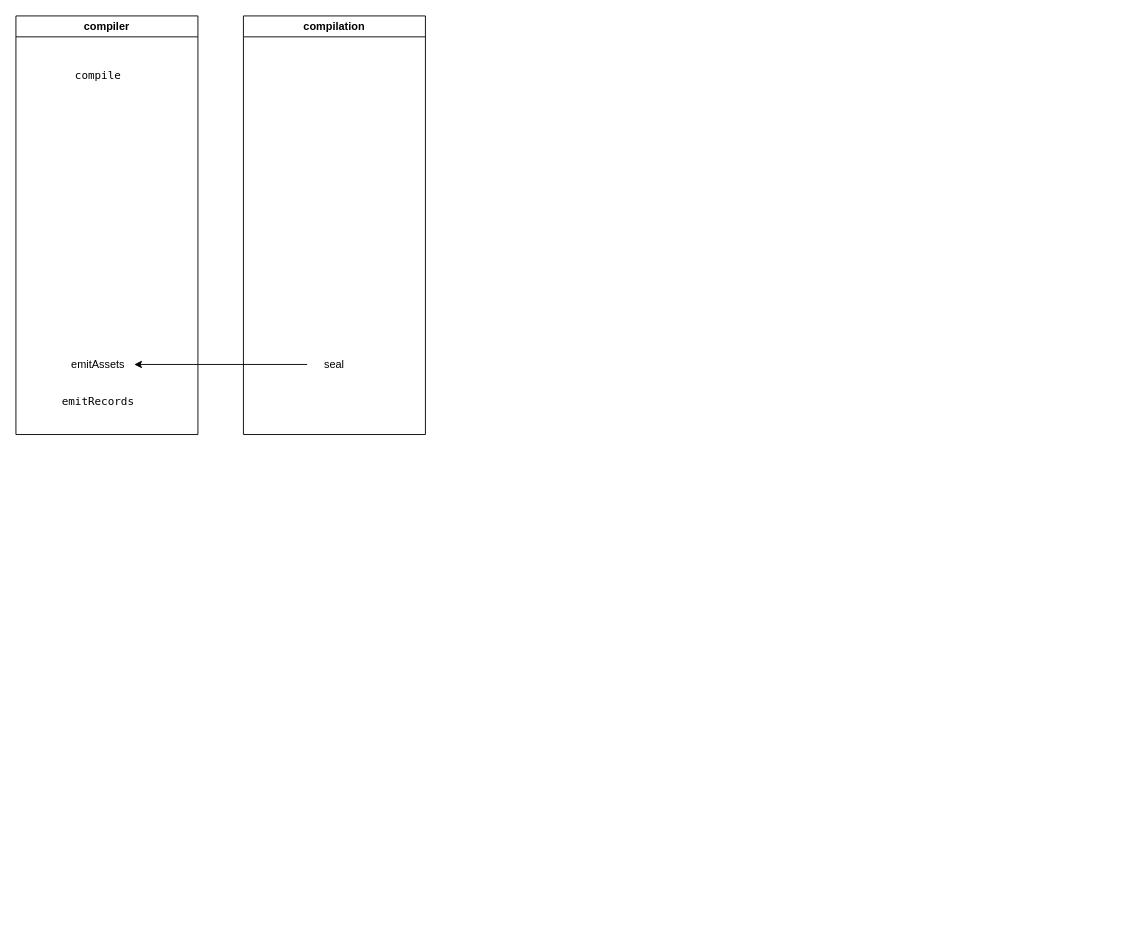
Before: webpack.drawio in ahtimeflies/drawio, a draw.io diagram. Source tidied: cells renumbered, new cells numbered last; positions are measured from the earlier drawing's top-left corner, leaving out a move shared by most shapes. Both pictures are drawn from the tidied source at 91%, with x=0, y=0 at pixel (15, 15).
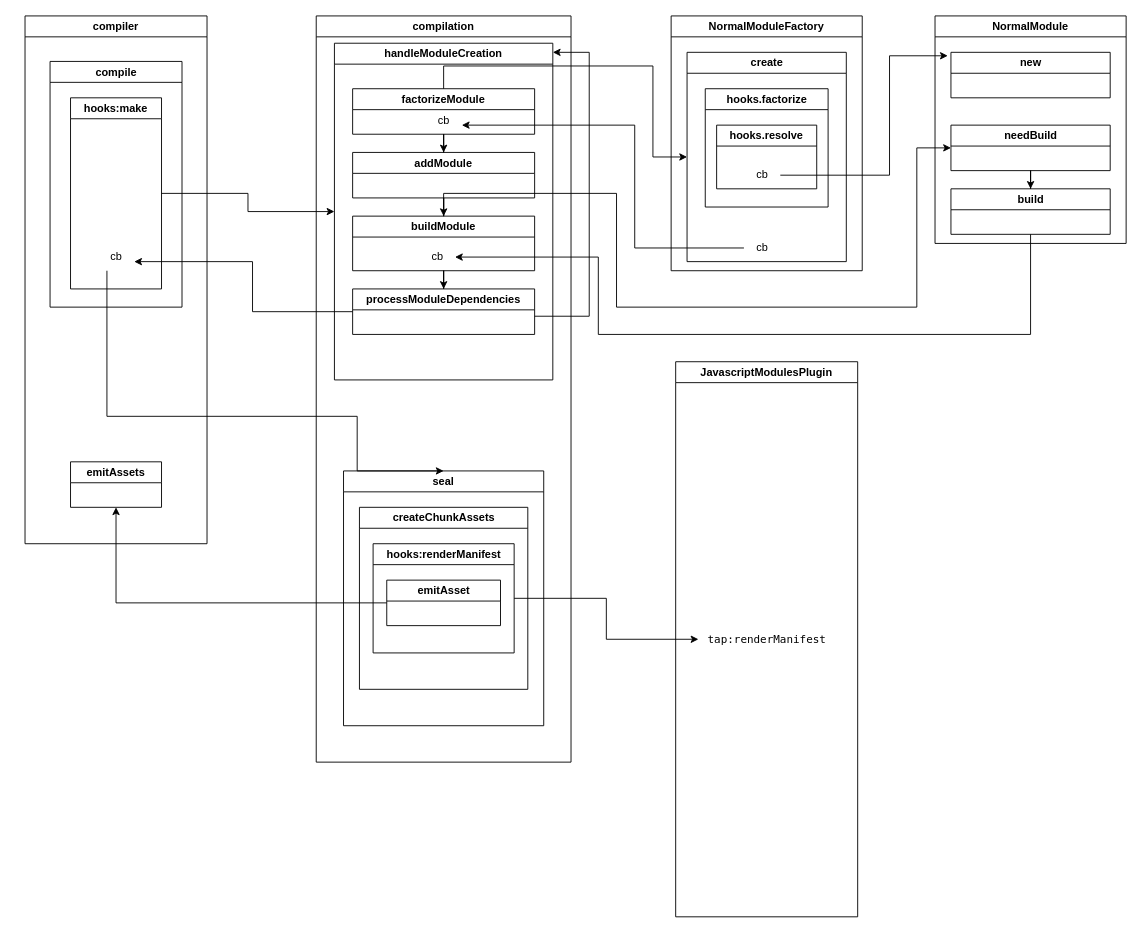
Above is the later version.

The edit, as a diff of the source:
```diff
@@
     <mxCell id="2" value="compilation" style="swimlane;whiteSpace=wrap;html=1;" parent="1" vertex="1">
-      <mxGeometry x="250" width="200" height="460" as="geometry" />
+      <mxGeometry x="330" width="280" height="820" as="geometry" />
     </mxCell>
-    <mxCell id="3" value="seal" style="text;html=1;strokeColor=none;fillColor=none;align=center;verticalAlign=middle;whiteSpace=wrap;rounded=0;" parent="2" vertex="1">
-      <mxGeometry x="70" y="368" width="60" height="30" as="geometry" />
+    <mxCell id="3" value="seal" style="swimlane;whiteSpace=wrap;html=1;" parent="2" vertex="1">
+      <mxGeometry x="30" y="500" width="220" height="280" as="geometry" />
     </mxCell>
+    <mxCell id="9" value="createChunkAssets" style="swimlane;whiteSpace=wrap;html=1;" parent="3" vertex="1">
+      <mxGeometry x="17.5" y="40" width="185" height="200" as="geometry" />
+    </mxCell>
+    <mxCell id="10" value="hooks:renderManifest" style="swimlane;whiteSpace=wrap;html=1;" parent="9" vertex="1">
+      <mxGeometry x="15" y="40" width="155" height="120" as="geometry" />
+    </mxCell>
+    <mxCell id="11" value="emitAsset" style="swimlane;whiteSpace=wrap;html=1;" parent="10" vertex="1">
+      <mxGeometry x="15" y="40" width="125" height="50" as="geometry" />
+    </mxCell>
+    <mxCell id="12" value="handleModuleCreation" style="swimlane;whiteSpace=wrap;html=1;" parent="2" vertex="1">
+      <mxGeometry x="20" y="30" width="240" height="370" as="geometry" />
+    </mxCell>
+    <mxCell id="13" value="factorizeModule" style="swimlane;whiteSpace=wrap;html=1;" parent="12" vertex="1">
+      <mxGeometry x="20" y="50" width="200" height="50" as="geometry" />
+    </mxCell>
+    <mxCell id="14" value="cb" style="text;html=1;align=center;verticalAlign=middle;points=[];strokeColor=none;fillColor=none;" parent="13" vertex="1">
+      <mxGeometry x="80" y="20" width="40" height="30" as="geometry" />
+    </mxCell>
+    <mxCell id="15" value="addModule" style="swimlane;whiteSpace=wrap;html=1;" parent="12" vertex="1">
+      <mxGeometry x="20" y="120" width="200" height="50" as="geometry" />
+    </mxCell>
+    <mxCell id="16" style="edgeStyle=orthogonalEdgeStyle;rounded=0;jettySize=auto;html=1;" parent="12" edge="1" source="13" target="15">
+      <mxGeometry relative="1" as="geometry" />
+    </mxCell>
+    <mxCell id="17" value="buildModule" style="swimlane;whiteSpace=wrap;html=1;" parent="12" vertex="1">
+      <mxGeometry x="20" y="190" width="200" height="60" as="geometry" />
+    </mxCell>
+    <mxCell id="18" value="cb" style="text;html=1;align=center;verticalAlign=middle;points=[];strokeColor=none;fillColor=none;" parent="17" vertex="1">
+      <mxGeometry x="72.5" y="30" width="40" height="30" as="geometry" />
+    </mxCell>
+    <mxCell id="19" style="edgeStyle=orthogonalEdgeStyle;rounded=0;jettySize=auto;html=1;" parent="12" edge="1" source="15" target="17">
+      <mxGeometry relative="1" as="geometry" />
+    </mxCell>
+    <mxCell id="20" style="edgeStyle=orthogonalEdgeStyle;rounded=0;jettySize=auto;html=1;" parent="12" edge="1" source="21" target="12">
+      <mxGeometry relative="1" as="geometry">
+        <Array as="points">
+          <mxPoint x="280" y="300" />
+          <mxPoint x="280" y="10" />
+        </Array>
+      </mxGeometry>
+    </mxCell>
+    <mxCell id="21" value="processModuleDependencies" style="swimlane;whiteSpace=wrap;html=1;" parent="12" vertex="1">
+      <mxGeometry x="20" y="270" width="200" height="50" as="geometry" />
+    </mxCell>
+    <mxCell id="22" style="edgeStyle=orthogonalEdgeStyle;rounded=0;jettySize=auto;html=1;" parent="12" edge="1" source="17" target="21">
+      <mxGeometry relative="1" as="geometry" />
+    </mxCell>
     <mxCell id="4" value="compiler" style="swimlane;whiteSpace=wrap;html=1;" parent="1" vertex="1">
-      <mxGeometry width="200" height="460" as="geometry" />
+      <mxGeometry x="10" width="200" height="580" as="geometry" />
     </mxCell>
-    <mxCell id="5" value="&lt;div style=&quot;font-family: Menlo, Monaco, &amp;quot;Courier New&amp;quot;, monospace; line-height: 18px;&quot;&gt;compile&lt;/div&gt;" style="text;html=1;align=center;verticalAlign=middle;strokeColor=none;fillColor=none;labelBackgroundColor=none;fontColor=default;" parent="4" vertex="1">
-      <mxGeometry x="55" y="50" width="70" height="30" as="geometry" />
+    <mxCell id="5" value="compile" style="swimlane;whiteSpace=wrap;html=1;" parent="4" vertex="1">
+      <mxGeometry x="27.5" y="50" width="145" height="270" as="geometry" />
     </mxCell>
+    <mxCell id="23" value="hooks:make" style="swimlane;whiteSpace=wrap;html=1;" parent="5" vertex="1">
+      <mxGeometry x="22.5" y="40" width="100" height="210" as="geometry" />
+    </mxCell>
+    <mxCell id="24" value="cb" style="text;html=1;align=center;verticalAlign=middle;points=[];strokeColor=none;fillColor=none;" parent="23" vertex="1">
+      <mxGeometry x="30" y="160" width="40" height="30" as="geometry" />
+    </mxCell>
-    <mxCell id="6" value="emitAssets" style="text;html=1;align=center;verticalAlign=middle;points=[];strokeColor=none;fillColor=none;" parent="1" vertex="1">
-      <mxGeometry x="50" y="368" width="80" height="30" as="geometry" />
+    <mxCell id="6" value="emitAssets" style="swimlane;whiteSpace=wrap;html=1;" parent="4" vertex="1">
+      <mxGeometry x="50" y="490" width="100" height="50" as="geometry" />
     </mxCell>
-    <mxCell id="7" value="&lt;div style=&quot;font-family: Menlo, Monaco, &amp;quot;Courier New&amp;quot;, monospace; line-height: 18px;&quot;&gt;emitRecords&lt;/div&gt;" style="text;html=1;align=center;verticalAlign=middle;fontColor=default;labelBackgroundColor=none;" parent="1" vertex="1">
-      <mxGeometry x="40" y="408" width="100" height="30" as="geometry" />
-    </mxCell>
-    <mxCell id="8" style="edgeStyle=orthogonalEdgeStyle;rounded=0;jettySize=auto;html=1;" parent="1" edge="1" source="3" target="6">
-      <mxGeometry relative="1" as="geometry" />
-    </mxCell>
+    <mxCell id="25" value="JavascriptModulesPlugin" style="swimlane;whiteSpace=wrap;html=1;" parent="1" vertex="1">
+      <mxGeometry x="725" y="380" width="200" height="610" as="geometry" />
+    </mxCell>
+    <mxCell id="26" value="&lt;div style=&quot;font-family: Menlo, Monaco, &amp;quot;Courier New&amp;quot;, monospace; line-height: 18px;&quot;&gt;tap:renderManifest&lt;/div&gt;" style="text;html=1;align=center;verticalAlign=middle;points=[];strokeColor=none;fillColor=none;labelBackgroundColor=default;fontColor=default;" parent="25" vertex="1">
+      <mxGeometry x="25" y="290" width="150" height="30" as="geometry" />
+    </mxCell>
+    <mxCell id="27" style="edgeStyle=orthogonalEdgeStyle;rounded=0;jettySize=auto;html=1;" parent="1" edge="1" source="10" target="26">
+      <mxGeometry relative="1" as="geometry" />
+    </mxCell>
+    <mxCell id="28" style="edgeStyle=orthogonalEdgeStyle;rounded=0;jettySize=auto;html=1;entryX=0.5;entryY=0;entryDx=0;entryDy=0;" parent="1" edge="1" source="24" target="3">
+      <mxGeometry relative="1" as="geometry">
+        <Array as="points">
+          <mxPoint x="100" y="440" />
+          <mxPoint x="375" y="440" />
+          <mxPoint x="375" y="500" />
+        </Array>
+      </mxGeometry>
+    </mxCell>
+    <mxCell id="29" style="edgeStyle=orthogonalEdgeStyle;rounded=0;jettySize=auto;html=1;" parent="1" edge="1" source="11" target="6">
+      <mxGeometry relative="1" as="geometry" />
+    </mxCell>
+    <mxCell id="30" style="edgeStyle=orthogonalEdgeStyle;rounded=0;jettySize=auto;html=1;" parent="1" edge="1" source="21" target="24">
+      <mxGeometry relative="1" as="geometry">
+        <Array as="points">
+          <mxPoint x="260" y="325" />
+          <mxPoint x="260" y="270" />
+        </Array>
+      </mxGeometry>
+    </mxCell>
+    <mxCell id="31" value="NormalModuleFactory" style="swimlane;whiteSpace=wrap;html=1;" parent="1" vertex="1">
+      <mxGeometry x="720" width="210" height="280" as="geometry" />
+    </mxCell>
+    <mxCell id="32" value="create" style="swimlane;whiteSpace=wrap;html=1;" parent="31" vertex="1">
+      <mxGeometry x="17.5" y="40" width="175" height="230" as="geometry" />
+    </mxCell>
+    <mxCell id="33" value="hooks.factorize" style="swimlane;whiteSpace=wrap;html=1;" parent="32" vertex="1">
+      <mxGeometry x="20" y="40" width="135" height="130" as="geometry" />
+    </mxCell>
+    <mxCell id="34" value="hooks.resolve" style="swimlane;whiteSpace=wrap;html=1;" parent="33" vertex="1">
+      <mxGeometry x="12.5" y="40" width="110" height="70" as="geometry" />
+    </mxCell>
+    <mxCell id="35" value="cb" style="text;html=1;align=center;verticalAlign=middle;points=[];strokeColor=none;fillColor=none;" parent="34" vertex="1">
+      <mxGeometry x="30" y="40" width="40" height="30" as="geometry" />
+    </mxCell>
+    <mxCell id="36" value="cb" style="text;html=1;align=center;verticalAlign=middle;points=[];strokeColor=none;fillColor=none;" parent="32" vertex="1">
+      <mxGeometry x="62.5" y="200" width="40" height="30" as="geometry" />
+    </mxCell>
+    <mxCell id="37" value="NormalModule" style="swimlane;whiteSpace=wrap;html=1;" parent="1" vertex="1">
+      <mxGeometry x="1010" width="210" height="250" as="geometry" />
+    </mxCell>
+    <mxCell id="38" value="new" style="swimlane;whiteSpace=wrap;html=1;" parent="37" vertex="1">
+      <mxGeometry x="17.5" y="40" width="175" height="50" as="geometry" />
+    </mxCell>
+    <mxCell id="39" value="build" style="swimlane;whiteSpace=wrap;html=1;" parent="37" vertex="1">
+      <mxGeometry x="17.5" y="190" width="175" height="50" as="geometry" />
+    </mxCell>
+    <mxCell id="40" style="edgeStyle=orthogonalEdgeStyle;rounded=0;jettySize=auto;html=1;" parent="37" edge="1" source="41" target="39">
+      <mxGeometry relative="1" as="geometry" />
+    </mxCell>
+    <mxCell id="41" value="needBuild" style="swimlane;whiteSpace=wrap;html=1;" parent="37" vertex="1">
+      <mxGeometry x="17.5" y="120" width="175" height="50" as="geometry" />
+    </mxCell>
+    <mxCell id="42" style="edgeStyle=orthogonalEdgeStyle;rounded=0;jettySize=auto;html=1;entryX=-0.02;entryY=0.076;entryDx=0;entryDy=0;entryPerimeter=0;" parent="1" edge="1" source="35" target="38">
+      <mxGeometry relative="1" as="geometry">
+        <Array as="points">
+          <mxPoint x="960" y="175" />
+          <mxPoint x="960" y="44" />
+        </Array>
+      </mxGeometry>
+    </mxCell>
+    <mxCell id="43" style="edgeStyle=orthogonalEdgeStyle;rounded=0;jettySize=auto;html=1;" parent="1" edge="1" source="13" target="32">
+      <mxGeometry relative="1" as="geometry">
+        <Array as="points">
+          <mxPoint x="470" y="55" />
+          <mxPoint x="700" y="55" />
+          <mxPoint x="700" y="155" />
+        </Array>
+      </mxGeometry>
+    </mxCell>
+    <mxCell id="44" style="edgeStyle=orthogonalEdgeStyle;rounded=0;jettySize=auto;html=1;" parent="1" edge="1" source="36" target="14">
+      <mxGeometry relative="1" as="geometry">
+        <Array as="points">
+          <mxPoint x="680" y="255" />
+          <mxPoint x="680" y="120" />
+        </Array>
+      </mxGeometry>
+    </mxCell>
+    <mxCell id="45" style="edgeStyle=orthogonalEdgeStyle;rounded=0;jettySize=auto;html=1;" parent="1" edge="1" source="17" target="41">
+      <mxGeometry relative="1" as="geometry">
+        <Array as="points">
+          <mxPoint x="470" y="195" />
+          <mxPoint x="660" y="195" />
+          <mxPoint x="660" y="320" />
+          <mxPoint x="990" y="320" />
+          <mxPoint x="990" y="145" />
+        </Array>
+      </mxGeometry>
+    </mxCell>
+    <mxCell id="46" style="edgeStyle=orthogonalEdgeStyle;rounded=0;jettySize=auto;html=1;" parent="1" edge="1" source="39" target="18">
+      <mxGeometry relative="1" as="geometry">
+        <Array as="points">
+          <mxPoint x="1115" y="350" />
+          <mxPoint x="640" y="350" />
+          <mxPoint x="640" y="265" />
+        </Array>
+      </mxGeometry>
+    </mxCell>
+    <mxCell id="47" style="edgeStyle=orthogonalEdgeStyle;rounded=0;jettySize=auto;html=1;" parent="1" edge="1" source="23" target="12">
+      <mxGeometry relative="1" as="geometry" />
+    </mxCell>
```
